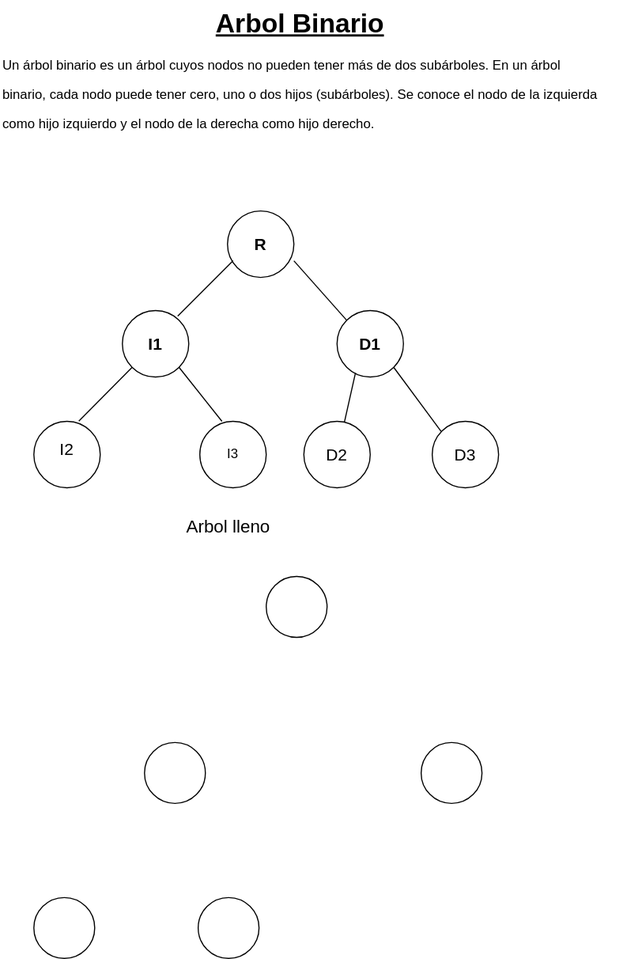
This is Estructura-de-datos/Arboles/Arbol-binario.drawio.svg from Nordcode-cyber/Algoritmos-Estructdatos, a draw.io export, as it was before one commit. Source tidied: cells renumbered, new cells last; positions are measured from the earlier drawing's top-left corner, leaving out a move shared by most shapes.
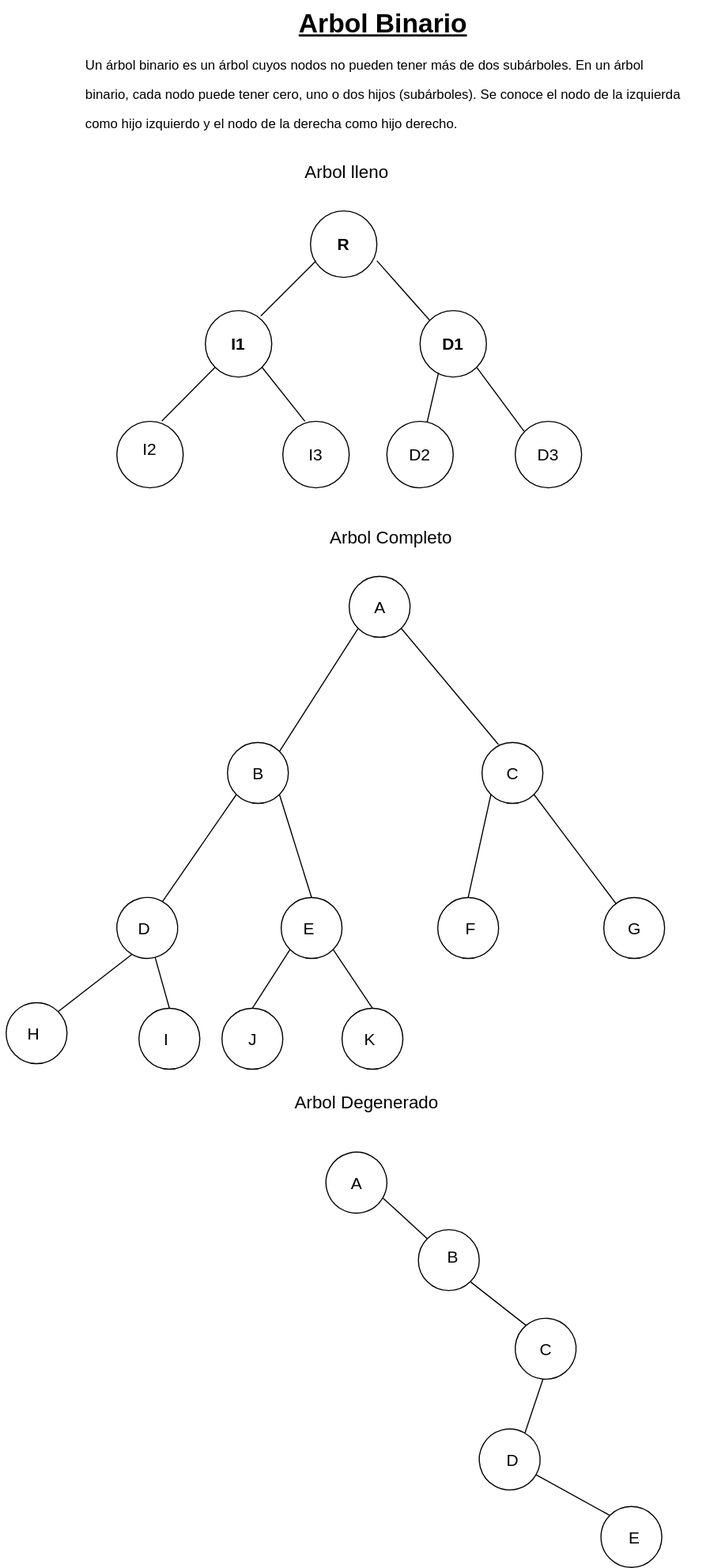
After the change.

The edit, as a diff of the source:
```diff
@@ -38,7 +38,7 @@
     <mxCell id="12" value="&lt;span style=&quot;font-size: 15px;&quot;&gt;I2&lt;/span&gt;" style="text;html=1;align=center;verticalAlign=middle;whiteSpace=wrap;rounded=0;" parent="1" vertex="1">
       <mxGeometry x="30" y="390" width="60" height="30" as="geometry" />
     </mxCell>
-    <mxCell id="13" value="I3" style="text;html=1;align=center;verticalAlign=middle;whiteSpace=wrap;rounded=0;" parent="1" vertex="1">
+    <mxCell id="13" value="&lt;font style=&quot;font-size: 15px;&quot;&gt;I3&lt;/font&gt;" style="text;html=1;align=center;verticalAlign=middle;whiteSpace=wrap;rounded=0;" parent="1" vertex="1">
       <mxGeometry x="180" y="395" width="60" height="30" as="geometry" />
     </mxCell>
     <mxCell id="14" style="endArrow=none;html=1;entryX=0;entryY=1;entryDx=0;entryDy=0;exitX=0.677;exitY=-0.003;exitDx=0;exitDy=0;exitPerimeter=0;" parent="1" edge="1" source="10" target="3">
@@ -73,7 +73,7 @@
       <mxGeometry x="390" y="395" width="60" height="30" as="geometry" />
     </mxCell>
     <mxCell id="23" value="&lt;font style=&quot;font-size: 16px; color: light-dark(rgb(0, 0, 0), rgb(0, 255, 128));&quot;&gt;Arbol lleno&lt;/font&gt;" style="text;html=1;align=center;verticalAlign=middle;whiteSpace=wrap;rounded=0;" parent="1" vertex="1">
-      <mxGeometry x="138" y="460" width="136" height="30" as="geometry" />
+      <mxGeometry x="170" y="140" width="136" height="30" as="geometry" />
     </mxCell>
     <mxCell id="24" style="ellipse;whiteSpace=wrap;html=1;fillColor=none;" parent="1" vertex="1">
       <mxGeometry x="240" y="520" width="55" height="55" as="geometry" />
@@ -82,13 +82,142 @@
       <mxGeometry x="130" y="670" width="55" height="55" as="geometry" />
     </mxCell>
     <mxCell id="26" style="ellipse;whiteSpace=wrap;html=1;fillColor=none;" parent="1" vertex="1">
-      <mxGeometry x="380" y="670" width="55" height="55" as="geometry" />
+      <mxGeometry x="360" y="670" width="55" height="55" as="geometry" />
     </mxCell>
-    <mxCell id="27" style="ellipse;whiteSpace=wrap;html=1;fillColor=none;" parent="1" vertex="1">
+    <mxCell id="27" style="ellipse;whiteSpace=wrap;html=1;fillColor=none;rotation=30;" parent="1" vertex="1">
       <mxGeometry x="30" y="810" width="55" height="55" as="geometry" />
     </mxCell>
     <mxCell id="28" style="ellipse;whiteSpace=wrap;html=1;fillColor=none;" parent="1" vertex="1">
       <mxGeometry x="178.5" y="810" width="55" height="55" as="geometry" />
     </mxCell>
+    <mxCell id="29" value="&lt;font style=&quot;font-size: 16px; color: light-dark(rgb(0, 0, 0), rgb(0, 255, 128));&quot;&gt;Arbol Completo&lt;/font&gt;" style="text;html=1;align=center;verticalAlign=middle;whiteSpace=wrap;rounded=0;" parent="1" vertex="1">
+      <mxGeometry x="210" y="470" width="136" height="30" as="geometry" />
+    </mxCell>
+    <mxCell id="30" style="ellipse;whiteSpace=wrap;html=1;fillColor=none;" parent="1" vertex="1">
+      <mxGeometry x="320" y="810" width="55" height="55" as="geometry" />
+    </mxCell>
+    <mxCell id="31" style="ellipse;whiteSpace=wrap;html=1;fillColor=none;" parent="1" vertex="1">
+      <mxGeometry x="470" y="810" width="55" height="55" as="geometry" />
+    </mxCell>
+    <mxCell id="32" style="ellipse;whiteSpace=wrap;html=1;fillColor=none;" parent="1" vertex="1">
+      <mxGeometry x="233.5" y="910" width="55" height="55" as="geometry" />
+    </mxCell>
+    <mxCell id="33" style="ellipse;whiteSpace=wrap;html=1;fillColor=none;" parent="1" vertex="1">
+      <mxGeometry x="125" y="910" width="55" height="55" as="geometry" />
+    </mxCell>
+    <mxCell id="34" style="ellipse;whiteSpace=wrap;html=1;fillColor=none;" parent="1" vertex="1">
+      <mxGeometry x="50" y="910" width="55" height="55" as="geometry" />
+    </mxCell>
+    <mxCell id="35" style="ellipse;whiteSpace=wrap;html=1;fillColor=none;" parent="1" vertex="1">
+      <mxGeometry x="-70" y="905" width="55" height="55" as="geometry" />
+    </mxCell>
+    <mxCell id="36" style="endArrow=none;html=1;strokeWidth=1;entryX=0;entryY=1;entryDx=0;entryDy=0;exitX=1;exitY=0;exitDx=0;exitDy=0;" parent="1" edge="1" source="25" target="24">
+      <mxGeometry relative="1" as="geometry" />
+    </mxCell>
+    <mxCell id="37" style="endArrow=none;html=1;strokeWidth=1;entryX=1;entryY=1;entryDx=0;entryDy=0;exitX=0.269;exitY=0.033;exitDx=0;exitDy=0;exitPerimeter=0;" parent="1" edge="1" source="26" target="24">
+      <mxGeometry relative="1" as="geometry" />
+    </mxCell>
+    <mxCell id="38" style="endArrow=none;html=1;strokeWidth=1;exitX=0.5;exitY=0;exitDx=0;exitDy=0;entryX=0;entryY=1;entryDx=0;entryDy=0;" parent="1" edge="1" source="27" target="25">
+      <mxGeometry relative="1" as="geometry" />
+    </mxCell>
+    <mxCell id="39" style="endArrow=none;html=1;strokeWidth=1;exitX=0.5;exitY=0;exitDx=0;exitDy=0;entryX=0;entryY=1;entryDx=0;entryDy=0;" parent="1" edge="1" source="30" target="26">
+      <mxGeometry relative="1" as="geometry" />
+    </mxCell>
+    <mxCell id="40" style="endArrow=none;html=1;strokeWidth=1;entryX=1;entryY=1;entryDx=0;entryDy=0;" parent="1" edge="1" source="31" target="26">
+      <mxGeometry relative="1" as="geometry" />
+    </mxCell>
+    <mxCell id="41" style="endArrow=none;html=1;strokeWidth=1;entryX=1;entryY=1;entryDx=0;entryDy=0;exitX=0.5;exitY=0;exitDx=0;exitDy=0;" parent="1" edge="1" source="28" target="25">
+      <mxGeometry relative="1" as="geometry" />
+    </mxCell>
+    <mxCell id="42" style="endArrow=none;html=1;strokeWidth=1;entryX=1;entryY=1;entryDx=0;entryDy=0;exitX=0.5;exitY=0;exitDx=0;exitDy=0;" parent="1" edge="1" source="32" target="28">
+      <mxGeometry relative="1" as="geometry" />
+    </mxCell>
+    <mxCell id="43" style="endArrow=none;html=1;strokeWidth=1;entryX=0;entryY=1;entryDx=0;entryDy=0;exitX=0.5;exitY=0;exitDx=0;exitDy=0;" parent="1" edge="1" source="33" target="28">
+      <mxGeometry relative="1" as="geometry" />
+    </mxCell>
+    <mxCell id="44" style="endArrow=none;html=1;strokeWidth=1;entryX=0.5;entryY=1;entryDx=0;entryDy=0;exitX=1;exitY=0;exitDx=0;exitDy=0;" parent="1" edge="1" source="35" target="27">
+      <mxGeometry relative="1" as="geometry" />
+    </mxCell>
+    <mxCell id="45" style="endArrow=none;html=1;strokeWidth=1;entryX=1;entryY=1;entryDx=0;entryDy=0;exitX=0.5;exitY=0;exitDx=0;exitDy=0;" parent="1" edge="1" source="34" target="27">
+      <mxGeometry relative="1" as="geometry" />
+    </mxCell>
+    <mxCell id="46" value="&lt;font style=&quot;font-size: 15px; color: light-dark(rgb(0, 0, 0), rgb(51, 255, 51));&quot;&gt;A&lt;/font&gt;" style="text;html=1;align=center;verticalAlign=middle;whiteSpace=wrap;rounded=0;" parent="1" vertex="1">
+      <mxGeometry x="237.5" y="532.5" width="60" height="30" as="geometry" />
+    </mxCell>
+    <mxCell id="47" value="&lt;font style=&quot;font-size: 15px; color: light-dark(rgb(0, 0, 0), rgb(51, 255, 51));&quot;&gt;B&lt;/font&gt;" style="text;html=1;align=center;verticalAlign=middle;whiteSpace=wrap;rounded=0;" parent="1" vertex="1">
+      <mxGeometry x="127.5" y="682.5" width="60" height="30" as="geometry" />
+    </mxCell>
+    <mxCell id="48" value="&lt;font style=&quot;font-size: 15px; color: light-dark(rgb(0, 0, 0), rgb(51, 255, 51));&quot;&gt;C&lt;/font&gt;" style="text;html=1;align=center;verticalAlign=middle;whiteSpace=wrap;rounded=0;" parent="1" vertex="1">
+      <mxGeometry x="357.5" y="682.5" width="60" height="30" as="geometry" />
+    </mxCell>
+    <mxCell id="49" value="&lt;font style=&quot;font-size: 15px; color: light-dark(rgb(0, 0, 0), rgb(51, 255, 51));&quot;&gt;D&lt;/font&gt;" style="text;html=1;align=center;verticalAlign=middle;whiteSpace=wrap;rounded=0;" parent="1" vertex="1">
+      <mxGeometry x="25" y="822.5" width="60" height="30" as="geometry" />
+    </mxCell>
+    <mxCell id="50" value="&lt;font style=&quot;font-size: 15px; color: light-dark(rgb(0, 0, 0), rgb(51, 255, 51));&quot;&gt;E&lt;/font&gt;" style="text;html=1;align=center;verticalAlign=middle;whiteSpace=wrap;rounded=0;" parent="1" vertex="1">
+      <mxGeometry x="173.5" y="822.5" width="60" height="30" as="geometry" />
+    </mxCell>
+    <mxCell id="51" value="&lt;font style=&quot;font-size: 15px; color: light-dark(rgb(0, 0, 0), rgb(51, 255, 51));&quot;&gt;F&lt;/font&gt;" style="text;html=1;align=center;verticalAlign=middle;whiteSpace=wrap;rounded=0;" parent="1" vertex="1">
+      <mxGeometry x="320" y="822.5" width="60" height="30" as="geometry" />
+    </mxCell>
+    <mxCell id="52" value="&lt;font style=&quot;font-size: 15px; color: light-dark(rgb(0, 0, 0), rgb(51, 255, 51));&quot;&gt;G&lt;/font&gt;" style="text;html=1;align=center;verticalAlign=middle;whiteSpace=wrap;rounded=0;" parent="1" vertex="1">
+      <mxGeometry x="467.5" y="822.5" width="60" height="30" as="geometry" />
+    </mxCell>
+    <mxCell id="53" value="&lt;font style=&quot;font-size: 15px; color: light-dark(rgb(0, 0, 0), rgb(51, 255, 51));&quot;&gt;H&lt;/font&gt;" style="text;html=1;align=center;verticalAlign=middle;whiteSpace=wrap;rounded=0;" parent="1" vertex="1">
+      <mxGeometry x="-75" y="917.5" width="60" height="30" as="geometry" />
+    </mxCell>
+    <mxCell id="54" value="&lt;font style=&quot;font-size: 15px; color: light-dark(rgb(0, 0, 0), rgb(51, 255, 51));&quot;&gt;I&lt;/font&gt;" style="text;html=1;align=center;verticalAlign=middle;whiteSpace=wrap;rounded=0;" parent="1" vertex="1">
+      <mxGeometry x="45" y="922.5" width="60" height="30" as="geometry" />
+    </mxCell>
+    <mxCell id="55" value="&lt;font style=&quot;font-size: 15px; color: light-dark(rgb(0, 0, 0), rgb(51, 255, 51));&quot;&gt;J&lt;/font&gt;" style="text;html=1;align=center;verticalAlign=middle;whiteSpace=wrap;rounded=0;" parent="1" vertex="1">
+      <mxGeometry x="122.5" y="922.5" width="60" height="30" as="geometry" />
+    </mxCell>
+    <mxCell id="56" value="&lt;font style=&quot;font-size: 15px; color: light-dark(rgb(0, 0, 0), rgb(51, 255, 51));&quot;&gt;K&lt;/font&gt;" style="text;html=1;align=center;verticalAlign=middle;whiteSpace=wrap;rounded=0;" parent="1" vertex="1">
+      <mxGeometry x="228.5" y="922.5" width="60" height="30" as="geometry" />
+    </mxCell>
+    <mxCell id="57" value="&lt;font style=&quot;font-size: 16px; color: light-dark(rgb(0, 0, 0), rgb(0, 255, 128));&quot;&gt;Arbol Degenerado&lt;/font&gt;" style="text;html=1;align=center;verticalAlign=middle;whiteSpace=wrap;rounded=0;" parent="1" vertex="1">
+      <mxGeometry x="187.5" y="980" width="136" height="30" as="geometry" />
+    </mxCell>
+    <mxCell id="58" style="ellipse;whiteSpace=wrap;html=1;fillColor=none;rotation=-15;" parent="1" vertex="1">
+      <mxGeometry x="219" y="1040" width="55" height="55" as="geometry" />
+    </mxCell>
+    <mxCell id="59" style="ellipse;whiteSpace=wrap;html=1;fillColor=none;rotation=-45;" parent="1" vertex="1">
+      <mxGeometry x="302.5" y="1110" width="55" height="55" as="geometry" />
+    </mxCell>
+    <mxCell id="60" style="ellipse;whiteSpace=wrap;html=1;fillColor=none;rotation=-40;" parent="1" vertex="1">
+      <mxGeometry x="390" y="1190" width="55" height="55" as="geometry" />
+    </mxCell>
+    <mxCell id="61" style="ellipse;whiteSpace=wrap;html=1;fillColor=none;rotation=30;" parent="1" vertex="1">
+      <mxGeometry x="357.5" y="1290" width="55" height="55" as="geometry" />
+    </mxCell>
+    <mxCell id="62" style="ellipse;whiteSpace=wrap;html=1;fillColor=none;" parent="1" vertex="1">
+      <mxGeometry x="467.5" y="1360" width="55" height="55" as="geometry" />
+    </mxCell>
+    <mxCell id="63" value="&lt;font style=&quot;font-size: 15px; color: light-dark(rgb(0, 0, 0), rgb(51, 255, 51));&quot;&gt;A&lt;/font&gt;" style="text;html=1;align=center;verticalAlign=middle;whiteSpace=wrap;rounded=0;" parent="1" vertex="1">
+      <mxGeometry x="216.5" y="1052.5" width="60" height="30" as="geometry" />
+    </mxCell>
+    <mxCell id="64" value="&lt;font style=&quot;font-size: 15px; color: light-dark(rgb(0, 0, 0), rgb(51, 255, 51));&quot;&gt;B&lt;/font&gt;" style="text;html=1;align=center;verticalAlign=middle;whiteSpace=wrap;rounded=0;" parent="1" vertex="1">
+      <mxGeometry x="304" y="1119" width="60" height="30" as="geometry" />
+    </mxCell>
+    <mxCell id="65" value="&lt;font style=&quot;font-size: 15px; color: light-dark(rgb(0, 0, 0), rgb(51, 255, 51));&quot;&gt;C&lt;/font&gt;" style="text;html=1;align=center;verticalAlign=middle;whiteSpace=wrap;rounded=0;" parent="1" vertex="1">
+      <mxGeometry x="387.5" y="1202.5" width="60" height="30" as="geometry" />
+    </mxCell>
+    <mxCell id="66" value="&lt;font style=&quot;font-size: 15px; color: light-dark(rgb(0, 0, 0), rgb(51, 255, 51));&quot;&gt;D&lt;/font&gt;" style="text;html=1;align=center;verticalAlign=middle;whiteSpace=wrap;rounded=0;" parent="1" vertex="1">
+      <mxGeometry x="357.5" y="1302.5" width="60" height="30" as="geometry" />
+    </mxCell>
+    <mxCell id="67" value="&lt;font style=&quot;font-size: 15px; color: light-dark(rgb(0, 0, 0), rgb(51, 255, 51));&quot;&gt;E&lt;/font&gt;" style="text;html=1;align=center;verticalAlign=middle;whiteSpace=wrap;rounded=0;" parent="1" vertex="1">
+      <mxGeometry x="467.5" y="1372.5" width="60" height="30" as="geometry" />
+    </mxCell>
+    <mxCell id="68" style="endArrow=none;html=1;exitX=1;exitY=1;exitDx=0;exitDy=0;entryX=0.5;entryY=0;entryDx=0;entryDy=0;" parent="1" edge="1" source="58" target="59">
+      <mxGeometry relative="1" as="geometry" />
+    </mxCell>
+    <mxCell id="69" style="endArrow=none;html=1;entryX=0.5;entryY=0;entryDx=0;entryDy=0;exitX=0.5;exitY=1;exitDx=0;exitDy=0;" parent="1" edge="1" source="59" target="60">
+      <mxGeometry relative="1" as="geometry" />
+    </mxCell>
+    <mxCell id="70" style="endArrow=none;html=1;entryX=0;entryY=1;entryDx=0;entryDy=0;exitX=0.5;exitY=0;exitDx=0;exitDy=0;" parent="1" edge="1" source="61" target="60">
+      <mxGeometry relative="1" as="geometry" />
+    </mxCell>
+    <mxCell id="71" style="endArrow=none;html=1;exitX=0;exitY=0;exitDx=0;exitDy=0;entryX=1;entryY=0.5;entryDx=0;entryDy=0;" parent="1" edge="1" source="62" target="61">
+      <mxGeometry relative="1" as="geometry" />
+    </mxCell>
   </root>
 </mxGraphModel>
```
